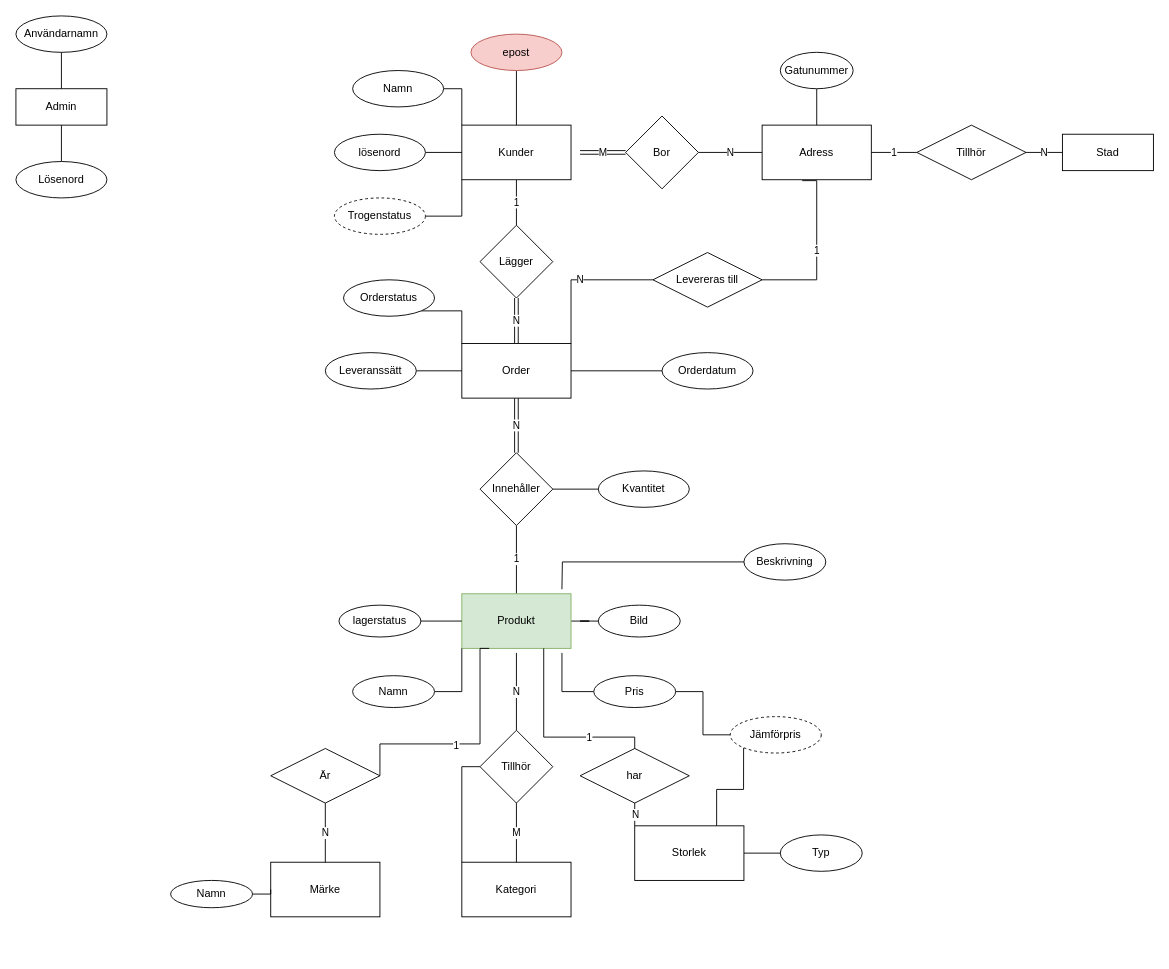
Above: Database/Untitled Diagram.drawio in JesperJansson86/WebshopHakimsLivs (draw.io), before the change. Source tidied: cells renumbered, new cells numbered last; positions are measured from the earlier drawing's top-left corner, leaving out a move shared by most shapes. Both pictures are drawn from the tidied source at 91%, with x=0, y=0 at pixel (15, 15).
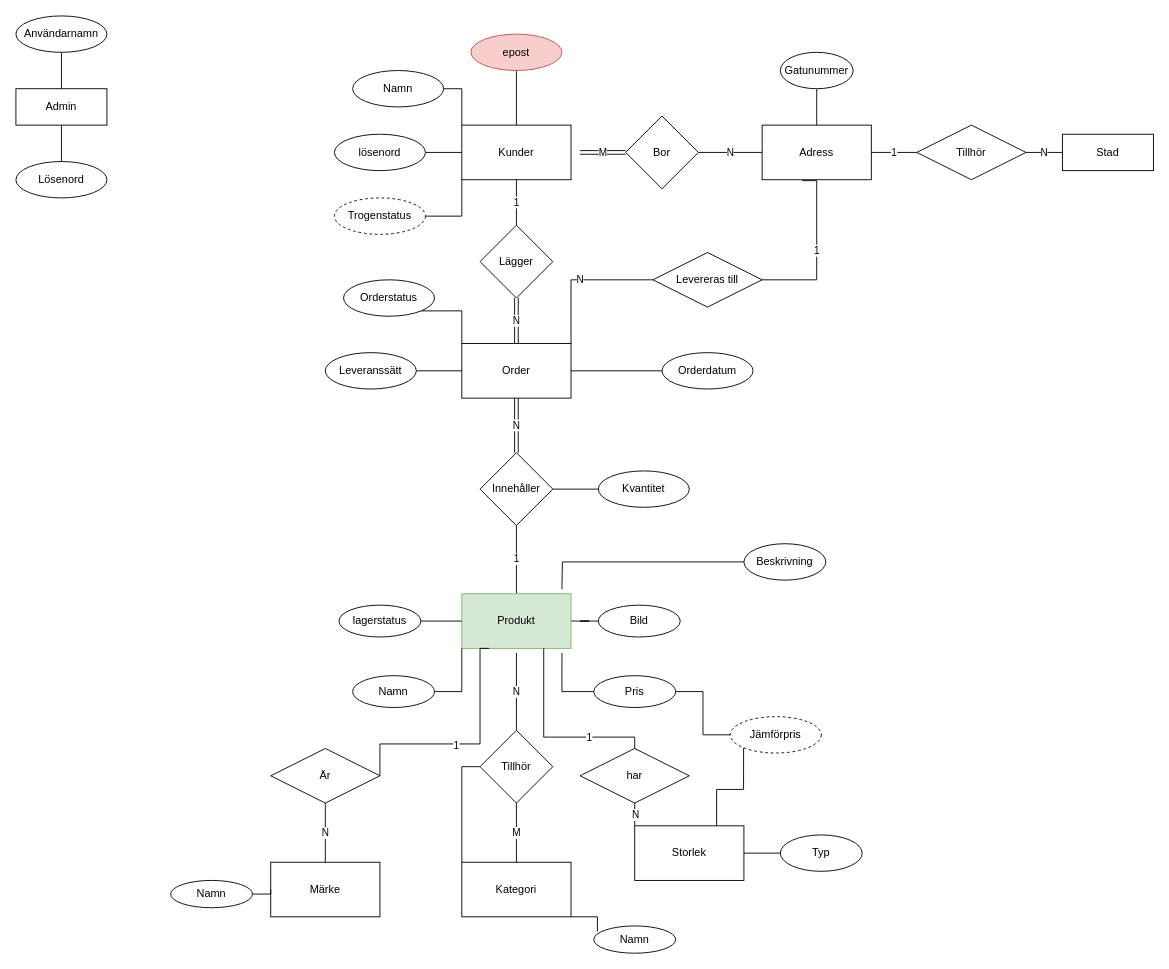
After the change.

The change refers to these unchanged cells:
```xml
<mxCell id="31" value="Kategori" style="rounded=0;whiteSpace=wrap;html=1;" parent="1" vertex="1">
  <mxGeometry x="490" y="930" width="120" height="60" as="geometry" />
</mxCell>
```

The edit, as a diff of the source:
```diff
@@
+    <mxCell id="76" style="edgeStyle=orthogonalEdgeStyle;rounded=0;jettySize=auto;html=1;exitX=1;exitY=1;exitDx=0;exitDy=0;entryX=0.044;entryY=0.2;entryDx=0;entryDy=0;entryPerimeter=0;endArrow=none;endFill=0;" parent="1" edge="1" source="31" target="77">
+      <mxGeometry relative="1" as="geometry" />
+    </mxCell>
@@
+    <mxCell id="77" value="Namn" style="ellipse;whiteSpace=wrap;html=1;" parent="1" vertex="1">
+      <mxGeometry x="635" y="1000" width="90" height="30" as="geometry" />
+    </mxCell>
```
